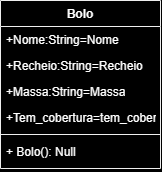
Joaobcamargos/POO-Python-Java keeps this draw.io diagram as Diagrama1.png. Above is the earlier version. Source tidied: cells renumbered, new cells last; positions are measured from the earlier drawing's top-left corner, leaving out a move shared by most shapes.
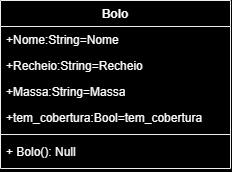
The same file after the commit.

Diff of the diagram source:
```diff
@@ -3,25 +3,25 @@
     <mxCell id="0" />
     <mxCell id="1" parent="0" />
     <mxCell id="2" value="Bolo" style="swimlane;fontStyle=1;align=center;verticalAlign=top;horizontal=1;startSize=26;whiteSpace=wrap;html=1;strokeColor=#EEEEEE;fontColor=#FFFFFF;fillColor=#000000;" parent="1" vertex="1">
-      <mxGeometry width="160" height="168" as="geometry" />
+      <mxGeometry width="230" height="168" as="geometry" />
     </mxCell>
     <mxCell id="3" value="+Nome:String=Nome&lt;div&gt;&lt;br&gt;&lt;/div&gt;" style="text;strokeColor=none;fillColor=none;align=left;verticalAlign=top;spacingLeft=4;spacingRight=4;overflow=hidden;whiteSpace=wrap;html=1;fontColor=#FFFFFF;" parent="2" vertex="1">
-      <mxGeometry y="26" width="160" height="26" as="geometry" />
+      <mxGeometry y="26" width="230" height="26" as="geometry" />
     </mxCell>
     <mxCell id="4" value="+Recheio:String=Recheio&lt;div&gt;&lt;br&gt;&lt;/div&gt;" style="text;strokeColor=none;fillColor=none;align=left;verticalAlign=top;spacingLeft=4;spacingRight=4;overflow=hidden;whiteSpace=wrap;html=1;fontColor=#FFFFFF;" parent="2" vertex="1">
-      <mxGeometry y="52" width="160" height="26" as="geometry" />
+      <mxGeometry y="52" width="230" height="26" as="geometry" />
     </mxCell>
     <mxCell id="5" value="+Massa:String=Massa&lt;div&gt;&lt;br&gt;&lt;/div&gt;" style="text;strokeColor=none;fillColor=none;align=left;verticalAlign=top;spacingLeft=4;spacingRight=4;overflow=hidden;whiteSpace=wrap;html=1;fontColor=#FFFFFF;" parent="2" vertex="1">
-      <mxGeometry y="78" width="160" height="26" as="geometry" />
+      <mxGeometry y="78" width="230" height="26" as="geometry" />
     </mxCell>
-    <mxCell id="6" value="&lt;div&gt;+Tem_cobertura=tem_cobertura&lt;/div&gt;" style="text;strokeColor=none;fillColor=none;align=left;verticalAlign=top;spacingLeft=4;spacingRight=4;overflow=hidden;whiteSpace=wrap;html=1;fontColor=#FFFFFF;" parent="2" vertex="1">
-      <mxGeometry y="104" width="160" height="26" as="geometry" />
+    <mxCell id="6" value="&lt;div&gt;+tem_cobertura:Bool=tem_cobertura&lt;/div&gt;" style="text;strokeColor=none;fillColor=none;align=left;verticalAlign=top;spacingLeft=4;spacingRight=4;overflow=hidden;whiteSpace=wrap;html=1;fontColor=#FFFFFF;" parent="2" vertex="1">
+      <mxGeometry y="104" width="230" height="26" as="geometry" />
     </mxCell>
     <mxCell id="7" style="line;strokeWidth=1;fillColor=none;align=left;verticalAlign=middle;spacingTop=-1;spacingLeft=3;spacingRight=3;labelPosition=right;strokeColor=inherit;fontColor=#FFFFFF;" parent="2" vertex="1">
-      <mxGeometry y="130" width="160" height="8" as="geometry" />
+      <mxGeometry y="130" width="230" height="8" as="geometry" />
     </mxCell>
     <mxCell id="8" value="+ Bolo(): Null" style="text;strokeColor=none;fillColor=none;align=left;verticalAlign=top;spacingLeft=4;spacingRight=4;overflow=hidden;whiteSpace=wrap;html=1;fontColor=#FFFFFF;" parent="2" vertex="1">
-      <mxGeometry y="138" width="160" height="30" as="geometry" />
+      <mxGeometry y="138" width="230" height="30" as="geometry" />
     </mxCell>
   </root>
 </mxGraphModel>
```
